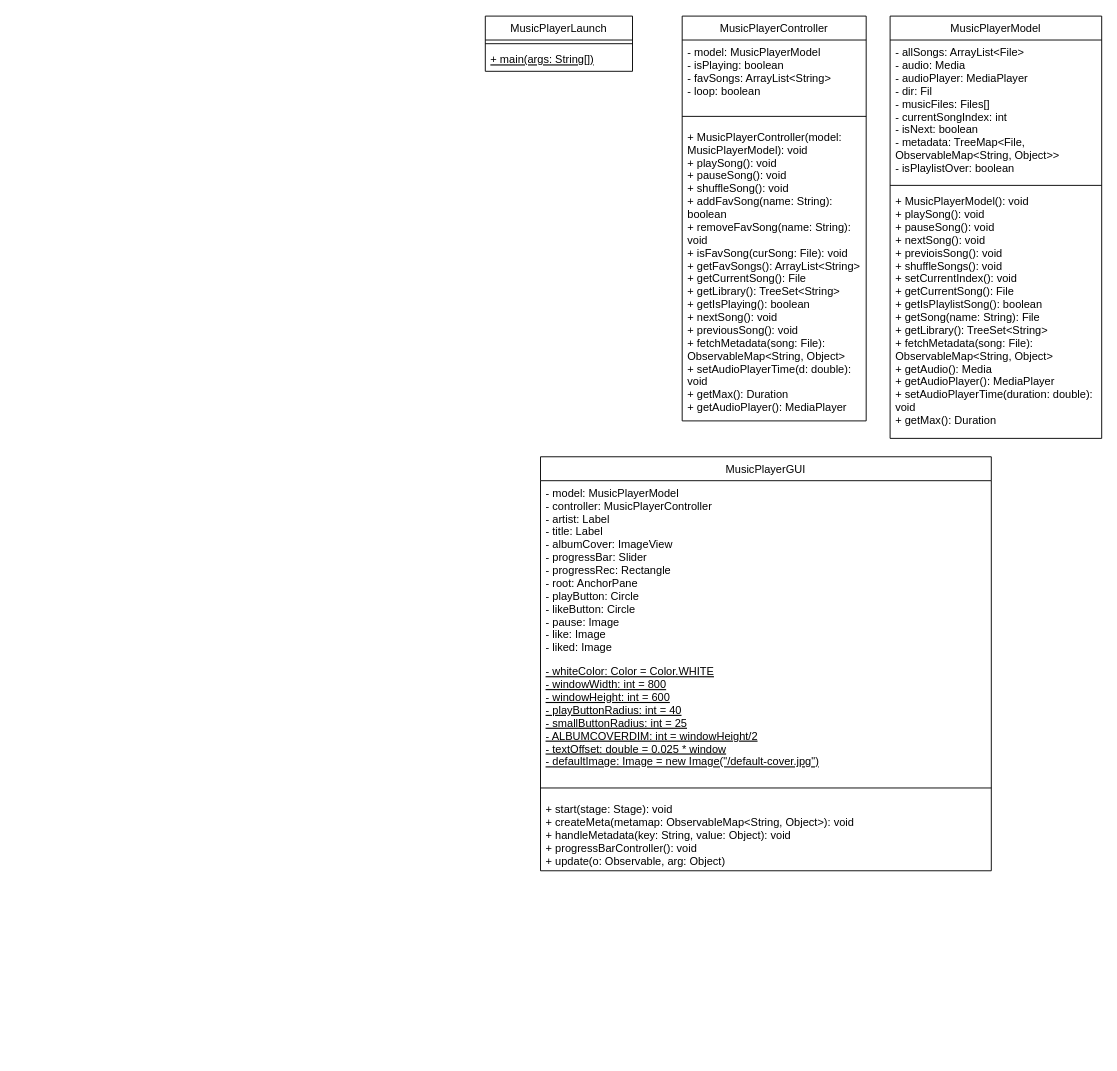
The draw.io diagram music-player-uml.drawio in AlFarabiDHK/CSc335-Final-Project-Music-Player, before the edit. Source tidied: cells renumbered, new cells numbered last; positions are measured from the earlier drawing's top-left corner, leaving out a move shared by most shapes. Both pictures are drawn from the tidied source at 92%, with x=0, y=0 at pixel (485, 16).
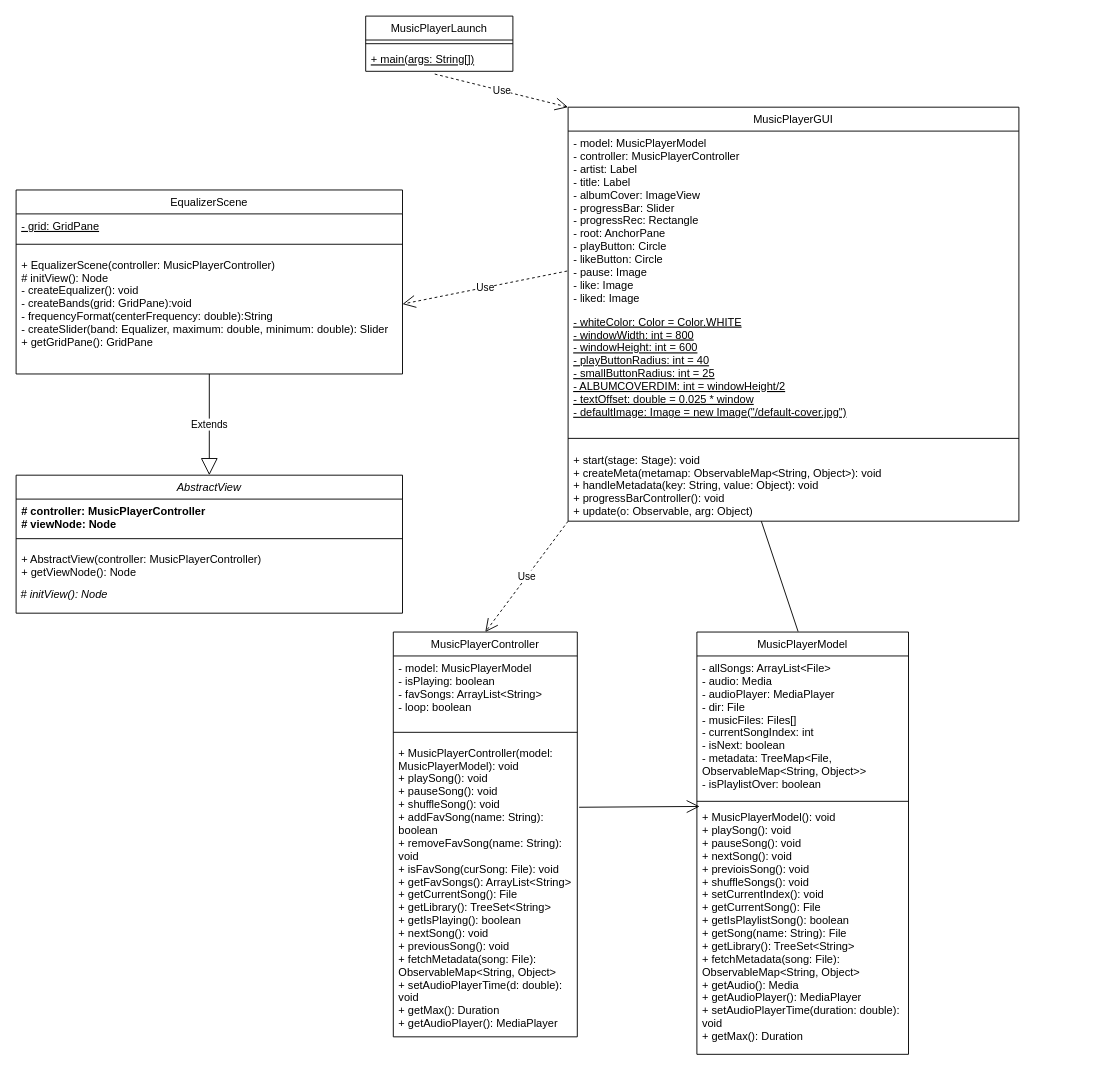
Above is the later version.

Unchanged cells that the change refers to:
```xml
<mxCell id="4" value="+ main(args: String[])" style="text;align=left;verticalAlign=top;spacingLeft=4;spacingRight=4;overflow=hidden;points=[[0,0.5],[1,0.5]];portConstraint=eastwest;fontStyle=4;" parent="2" vertex="1">
  <mxGeometry y="34" width="160" height="26" as="geometry" />
</mxCell>
<mxCell id="6" value="- model: MusicPlayerModel&#10;- controller: MusicPlayerController&#10;- artist: Label&#10;- title: Label&#10;- albumCover: ImageView&#10;- progressBar: Slider&#10;- progressRec: Rectangle&#10;- root: AnchorPane&#10;- playButton: Circle&#10;- likeButton: Circle&#10;- pause: Image&#10;- like: Image&#10;- liked: Image" style="text;align=left;verticalAlign=top;spacingLeft=4;spacingRight=4;overflow=hidden;points=[[0,0.5],[1,0.5]];portConstraint=eastwest;fontStyle=0;" parent="5" vertex="1">
  <mxGeometry y="26" width="490" height="194" as="geometry" />
</mxCell>
<mxCell id="13" value="+ MusicPlayerController(model: &#10;MusicPlayerModel): void&#10;+ playSong(): void&#10;+ pauseSong(): void&#10;+ shuffleSong(): void&#10;+ addFavSong(name: String): &#10;boolean&#10;+ removeFavSong(name: String): &#10;void&#10;+ isFavSong(curSong: File): void&#10;+ getFavSongs(): ArrayList&lt;String&gt;&#10;+ getCurrentSong(): File&#10;+ getLibrary(): TreeSet&lt;String&gt;&#10;+ getIsPlaying(): boolean&#10;+ nextSong(): void&#10;+ previousSong(): void&#10;+ fetchMetadata(song: File): &#10;ObservableMap&lt;String, Object&gt;&#10;+ setAudioPlayerTime(d: double):&#10;void&#10;+ getMax(): Duration&#10;+ getAudioPlayer(): MediaPlayer" style="text;align=left;verticalAlign=top;spacingLeft=4;spacingRight=4;overflow=hidden;points=[[0,0.5],[1,0.5]];portConstraint=eastwest;" parent="10" vertex="1">
  <mxGeometry y="118" width="200" height="322" as="geometry" />
</mxCell>
<mxCell id="17" value="+ MusicPlayerModel(): void&#10;+ playSong(): void&#10;+ pauseSong(): void&#10;+ nextSong(): void&#10;+ previoisSong(): void&#10;+ shuffleSongs(): void &#10;+ setCurrentIndex(): void&#10;+ getCurrentSong(): File&#10;+ getIsPlaylistSong(): boolean&#10;+ getSong(name: String): File&#10;+ getLibrary(): TreeSet&lt;String&gt;&#10;+ fetchMetadata(song: File): &#10;ObservableMap&lt;String, Object&gt;&#10;+ getAudio(): Media&#10;+ getAudioPlayer(): MediaPlayer&#10;+ setAudioPlayerTime(duration: double): &#10;void&#10;+ getMax(): Duration&#10;" style="text;align=left;verticalAlign=top;spacingLeft=4;spacingRight=4;overflow=hidden;points=[[0,0.5],[1,0.5]];portConstraint=eastwest;" parent="14" vertex="1">
  <mxGeometry y="188" width="230" height="262" as="geometry" />
</mxCell>
```

What changed in the source:
```diff
@@
     <mxCell id="2" value="MusicPlayerLaunch" style="swimlane;fontStyle=0;align=center;verticalAlign=top;horizontal=1;startSize=26;rounded=0;shadow=0;strokeWidth=1;" parent="1" vertex="1">
-      <mxGeometry width="160" height="60" as="geometry" />
+      <mxGeometry x="-130" width="160" height="60" as="geometry" />
     </mxCell>
@@
     <mxCell id="5" value="MusicPlayerGUI" style="swimlane;fontStyle=0;align=center;verticalAlign=top;horizontal=1;startSize=26;rounded=0;shadow=0;strokeWidth=1;" parent="1" vertex="1">
-      <mxGeometry x="60" y="479" width="490" height="450" as="geometry" />
+      <mxGeometry x="90" y="99" width="490" height="450" as="geometry" />
     </mxCell>
@@
     <mxCell id="10" value="MusicPlayerController" style="swimlane;fontStyle=0;align=center;verticalAlign=top;horizontal=1;startSize=26;rounded=0;shadow=0;strokeWidth=1;" parent="1" vertex="1">
-      <mxGeometry x="214" width="200" height="440" as="geometry" />
+      <mxGeometry x="-100" y="669.5" width="200" height="440" as="geometry" />
     </mxCell>
@@
     <mxCell id="14" value="MusicPlayerModel" style="swimlane;fontStyle=0;align=center;verticalAlign=top;horizontal=1;startSize=26;rounded=0;shadow=0;strokeWidth=1;" parent="1" vertex="1">
-      <mxGeometry x="440" width="230" height="459" as="geometry" />
+      <mxGeometry x="230" y="669.5" width="230" height="459" as="geometry" />
     </mxCell>
-    <mxCell id="15" value="- allSongs: ArrayList&lt;File&gt;&#10;- audio: Media &#10;- audioPlayer: MediaPlayer&#10;- dir: Fil&#10;- musicFiles: Files[]&#10;- currentSongIndex: int&#10;- isNext: boolean&#10;- metadata: TreeMap&lt;File, &#10;ObservableMap&lt;String, Object&gt;&gt;&#10;- isPlaylistOver: boolean" style="text;align=left;verticalAlign=top;spacingLeft=4;spacingRight=4;overflow=hidden;rounded=0;shadow=0;html=0;fontColor=default;" parent="14" vertex="1">
+    <mxCell id="15" value="- allSongs: ArrayList&lt;File&gt;&#10;- audio: Media &#10;- audioPlayer: MediaPlayer&#10;- dir: File&#10;- musicFiles: Files[]&#10;- currentSongIndex: int&#10;- isNext: boolean&#10;- metadata: TreeMap&lt;File, &#10;ObservableMap&lt;String, Object&gt;&gt;&#10;- isPlaylistOver: boolean" style="text;align=left;verticalAlign=top;spacingLeft=4;spacingRight=4;overflow=hidden;rounded=0;shadow=0;html=0;fontColor=default;" parent="14" vertex="1">
       <mxGeometry y="26" width="230" height="154" as="geometry" />
     </mxCell>
@@
+    <mxCell id="18" value="EqualizerScene" style="swimlane;fontStyle=0;align=center;verticalAlign=top;horizontal=1;startSize=26;rounded=0;shadow=0;strokeWidth=1;" parent="1" vertex="1">
+      <mxGeometry x="-510" y="189" width="420" height="200" as="geometry" />
+    </mxCell>
+    <mxCell id="19" value="- grid: GridPane" style="text;align=left;verticalAlign=top;spacingLeft=4;spacingRight=4;overflow=hidden;fontStyle=4;" parent="18" vertex="1">
+      <mxGeometry y="26" width="420" height="24" as="geometry" />
+    </mxCell>
+    <mxCell id="20" style="line;html=1;strokeWidth=1;align=left;verticalAlign=middle;spacingTop=-1;spacingLeft=3;spacingRight=3;labelPosition=right;" parent="18" vertex="1">
+      <mxGeometry y="50" width="420" height="18" as="geometry" />
+    </mxCell>
+    <mxCell id="21" value="+ EqualizerScene(controller: MusicPlayerController)&#10;# initView(): Node&#10;- createEqualizer(): void&#10;- createBands(grid: GridPane):void&#10;- frequencyFormat(centerFrequency: double):String&#10;- createSlider(band: Equalizer, maximum: double, minimum: double): Slider&#10;+ getGridPane(): GridPane&#10;" style="text;align=left;verticalAlign=top;spacingLeft=4;spacingRight=4;overflow=hidden;points=[[0,0.5],[1,0.5]];portConstraint=eastwest;" parent="18" vertex="1">
+      <mxGeometry y="68" width="420" height="112" as="geometry" />
+    </mxCell>
+    <mxCell id="22" value="AbstractView" style="swimlane;fontStyle=2;align=center;verticalAlign=top;horizontal=1;startSize=26;rounded=0;shadow=0;strokeWidth=1;" parent="1" vertex="1">
+      <mxGeometry x="-510" y="499" width="420" height="150" as="geometry" />
+    </mxCell>
+    <mxCell id="23" value="# controller: MusicPlayerController&#10;# viewNode: Node" style="text;align=left;verticalAlign=top;spacingLeft=4;spacingRight=4;overflow=hidden;fontStyle=1;" parent="22" vertex="1">
+      <mxGeometry y="26" width="420" height="34" as="geometry" />
+    </mxCell>
+    <mxCell id="24" style="line;html=1;strokeWidth=1;align=left;verticalAlign=middle;spacingTop=-1;spacingLeft=3;spacingRight=3;labelPosition=right;" parent="22" vertex="1">
+      <mxGeometry y="60" width="420" height="18" as="geometry" />
+    </mxCell>
+    <mxCell id="25" value="+ AbstractView(controller: MusicPlayerController)&#10;+ getViewNode(): Node" style="text;align=left;verticalAlign=top;spacingLeft=4;spacingRight=4;overflow=hidden;" parent="22" vertex="1">
+      <mxGeometry y="78" width="420" height="42" as="geometry" />
+    </mxCell>
+    <mxCell id="26" value="&lt;span&gt;&lt;i&gt;&amp;nbsp;# initView(): Node&lt;/i&gt;&lt;/span&gt;" style="text;html=1;align=left;verticalAlign=middle;strokeColor=none;fillColor=none;" parent="22" vertex="1">
+      <mxGeometry y="120" width="420" height="20" as="geometry" />
+    </mxCell>
+    <mxCell id="27" value="Use" style="endArrow=open;endSize=12;dashed=1;html=1;rounded=0;exitX=0.469;exitY=1.115;exitDx=0;exitDy=0;exitPerimeter=0;entryX=0;entryY=0;entryDx=0;entryDy=0;" parent="1" edge="1" source="4" target="5">
+      <mxGeometry relative="1" as="geometry" />
+    </mxCell>
+    <mxCell id="28" style="endArrow=none;html=1;rounded=0;" parent="1" edge="1">
+      <mxGeometry relative="1" as="geometry">
+        <mxPoint x="300" y="549" as="sourcePoint" />
+        <mxPoint x="340" y="669" as="targetPoint" />
+      </mxGeometry>
+    </mxCell>
+    <mxCell id="29" value="Use" style="endArrow=open;endSize=12;dashed=1;html=1;rounded=0;entryX=0.5;entryY=0;entryDx=0;entryDy=0;" parent="1" edge="1" target="10">
+      <mxGeometry relative="1" as="geometry">
+        <mxPoint x="90" y="549" as="sourcePoint" />
+      </mxGeometry>
+    </mxCell>
+    <mxCell id="30" style="endArrow=open;endFill=1;endSize=12;html=1;rounded=0;entryX=0.013;entryY=0.006;entryDx=0;entryDy=0;entryPerimeter=0;exitX=1.01;exitY=0.225;exitDx=0;exitDy=0;exitPerimeter=0;" parent="1" edge="1" source="13" target="17">
+      <mxGeometry relative="1" as="geometry" />
+    </mxCell>
+    <mxCell id="31" value="Use" style="endArrow=open;endSize=12;dashed=1;html=1;rounded=0;exitX=-0.002;exitY=0.784;exitDx=0;exitDy=0;exitPerimeter=0;entryX=1;entryY=0.5;entryDx=0;entryDy=0;" parent="1" edge="1" source="6" target="21">
+      <mxGeometry relative="1" as="geometry" />
+    </mxCell>
+    <mxCell id="32" value="Extends" style="endArrow=block;endSize=16;endFill=0;html=1;rounded=0;exitX=0.5;exitY=1;exitDx=0;exitDy=0;entryX=0.5;entryY=0;entryDx=0;entryDy=0;" parent="1" edge="1" source="18" target="22">
+      <mxGeometry relative="1" as="geometry" />
+    </mxCell>
```
